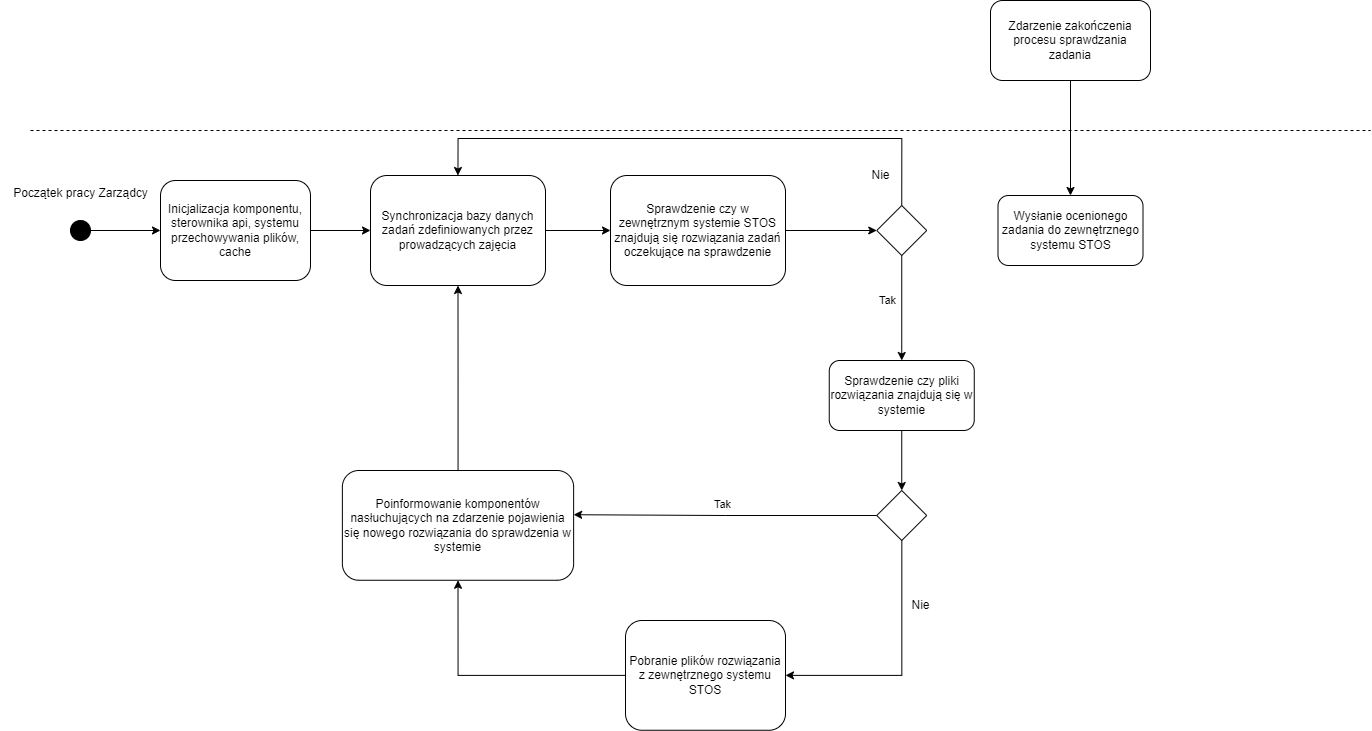
Earlier version of the draw.io export img/3/zarzadca-diagram-aktywnosci.png (Projekt-Inzynierski-STOS-2024-2025/Praca-Inzynierska). Source tidied: cells renumbered, new cells last; positions are measured from the earlier drawing's top-left corner, leaving out a move shared by most shapes.
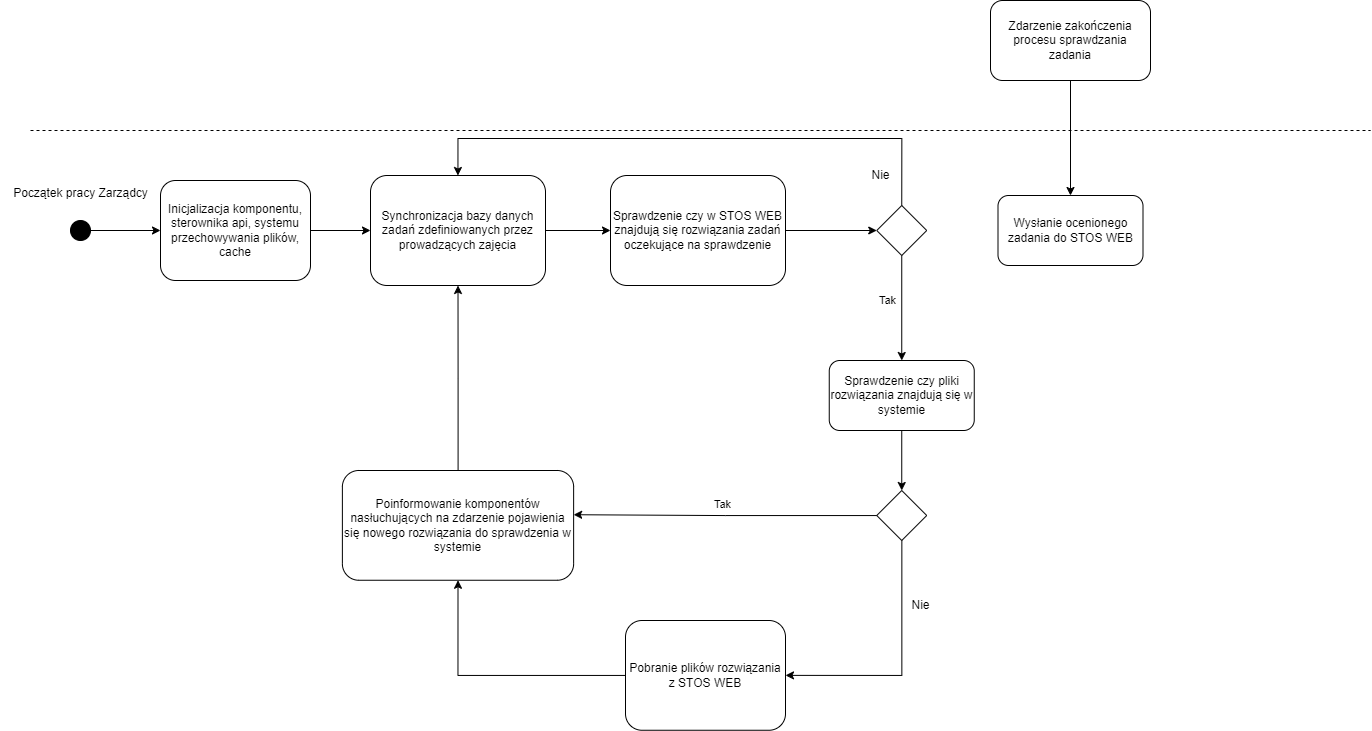
After the commit.

Commit message:
diagram aktywnosci zarzadca

Change to the diagram source:
```diff
@@ -20,7 +20,7 @@
     <mxCell id="7" style="edgeStyle=orthogonalEdgeStyle;rounded=0;jettySize=auto;html=1;entryX=0;entryY=0.5;entryDx=0;entryDy=0;" parent="1" edge="1" source="8" target="12">
       <mxGeometry relative="1" as="geometry" />
     </mxCell>
-    <mxCell id="8" value="Sprawdzenie czy w zewnętrznym systemie STOS znajdują się rozwiązania zadań oczekujące na sprawdzenie" style="rounded=1;whiteSpace=wrap;html=1;" parent="1" vertex="1">
+    <mxCell id="8" value="Sprawdzenie czy w STOS WEB znajdują się rozwiązania zadań oczekujące na sprawdzenie" style="rounded=1;whiteSpace=wrap;html=1;" parent="1" vertex="1">
       <mxGeometry x="610" y="175" width="175" height="110" as="geometry" />
     </mxCell>
     <mxCell id="9" style="edgeStyle=orthogonalEdgeStyle;rounded=0;jettySize=auto;html=1;exitX=0.5;exitY=1;exitDx=0;exitDy=0;entryX=0.5;entryY=0;entryDx=0;entryDy=0;" parent="1" edge="1" source="12" target="14">
@@ -80,7 +80,7 @@
     <mxCell id="22" style="rhombus;whiteSpace=wrap;html=1;" parent="1" vertex="1">
       <mxGeometry x="876.2" y="490" width="50" height="50" as="geometry" />
     </mxCell>
-    <mxCell id="23" value="Wysłanie ocenionego zadania do zewnętrznego systemu STOS" style="rounded=1;whiteSpace=wrap;html=1;" parent="1" vertex="1">
+    <mxCell id="23" value="Wysłanie ocenionego zadania do STOS WEB" style="rounded=1;whiteSpace=wrap;html=1;" parent="1" vertex="1">
       <mxGeometry x="997.5" y="195" width="145" height="70" as="geometry" />
     </mxCell>
     <mxCell id="24" style="edgeStyle=orthogonalEdgeStyle;rounded=0;jettySize=auto;html=1;entryX=0.5;entryY=1;entryDx=0;entryDy=0;" parent="1" edge="1" source="25" target="20">
@@ -95,7 +95,7 @@
     <mxCell id="27" style="edgeStyle=orthogonalEdgeStyle;rounded=0;jettySize=auto;html=1;entryX=0.5;entryY=1;entryDx=0;entryDy=0;" parent="1" edge="1" source="28" target="25">
       <mxGeometry relative="1" as="geometry" />
     </mxCell>
-    <mxCell id="28" value="Pobranie plików rozwiązania z zewnętrznego systemu STOS" style="rounded=1;whiteSpace=wrap;html=1;" parent="1" vertex="1">
+    <mxCell id="28" value="Pobranie plików rozwiązania z STOS WEB" style="rounded=1;whiteSpace=wrap;html=1;" parent="1" vertex="1">
       <mxGeometry x="625" y="620" width="160" height="109.8" as="geometry" />
     </mxCell>
     <mxCell id="29" value="Tak" style="edgeLabel;html=1;align=center;verticalAlign=middle;" parent="1" vertex="1">
```
